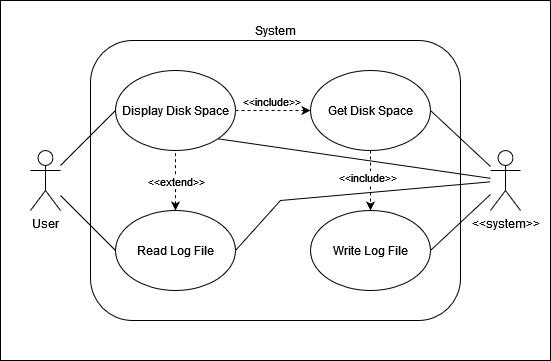
Above: images/use-case-v2.png in raphaeldenni/sysprog-cesi-2024 (draw.io), before the change. Source tidied: cells renumbered, new cells last; positions are measured from the earlier drawing's top-left corner, leaving out a move shared by most shapes. The source it was exported from:
```xml
<mxGraphModel>
  <root>
    <mxCell id="0" />
    <mxCell id="1" parent="0" />
    <mxCell id="2" style="rounded=0;whiteSpace=wrap;html=1;" parent="1" vertex="1">
      <mxGeometry width="550" height="360" as="geometry" />
    </mxCell>
    <mxCell id="3" value="System" style="rounded=1;whiteSpace=wrap;html=1;labelPosition=center;verticalLabelPosition=top;align=center;verticalAlign=bottom;" parent="1" vertex="1">
      <mxGeometry x="90" y="40" width="370" height="280" as="geometry" />
    </mxCell>
    <mxCell id="4" value="User" style="shape=umlActor;verticalLabelPosition=bottom;verticalAlign=top;html=1;outlineConnect=0;" parent="1" vertex="1">
      <mxGeometry x="30" y="150" width="30" height="60" as="geometry" />
    </mxCell>
    <mxCell id="5" value="Display Disk Space" style="ellipse;whiteSpace=wrap;html=1;" parent="1" vertex="1">
      <mxGeometry x="115" y="70" width="120" height="80" as="geometry" />
    </mxCell>
    <mxCell id="6" value="Get Disk Space" style="ellipse;whiteSpace=wrap;html=1;" parent="1" vertex="1">
      <mxGeometry x="310" y="70" width="120" height="80" as="geometry" />
    </mxCell>
    <mxCell id="7" value="Read Log File" style="ellipse;whiteSpace=wrap;html=1;" parent="1" vertex="1">
      <mxGeometry x="115" y="210" width="120" height="80" as="geometry" />
    </mxCell>
    <mxCell id="8" style="endArrow=none;html=1;rounded=0;entryX=0;entryY=0.5;entryDx=0;entryDy=0;endFill=0;" parent="1" edge="1" source="4" target="5">
      <mxGeometry relative="1" as="geometry" />
    </mxCell>
    <mxCell id="9" style="endArrow=none;html=1;rounded=0;entryX=0;entryY=0.5;entryDx=0;entryDy=0;endFill=0;" parent="1" edge="1" source="4" target="7">
      <mxGeometry relative="1" as="geometry" />
    </mxCell>
    <mxCell id="10" style="endArrow=classic;dashed=1;html=1;rounded=0;entryX=0;entryY=0.5;entryDx=0;entryDy=0;exitX=1;exitY=0.5;exitDx=0;exitDy=0;endFill=1;" parent="1" edge="1" target="6">
      <mxGeometry relative="1" as="geometry">
        <mxPoint x="235" y="110" as="sourcePoint" />
      </mxGeometry>
    </mxCell>
    <mxCell id="11" value="&amp;lt;&amp;lt;include&amp;gt;&amp;gt;" style="edgeLabel;html=1;align=center;verticalAlign=middle;" parent="10" vertex="1">
      <mxGeometry x="0.61" y="-2" relative="1" as="geometry">
        <mxPoint x="-25" y="-12" as="offset" />
      </mxGeometry>
    </mxCell>
    <mxCell id="12" style="endArrow=none;dashed=1;html=1;rounded=0;exitX=0.5;exitY=0;exitDx=0;exitDy=0;entryX=0.5;entryY=1;entryDx=0;entryDy=0;endFill=0;startArrow=classic;startFill=1;" parent="1" edge="1" source="7" target="5">
      <mxGeometry relative="1" as="geometry" />
    </mxCell>
    <mxCell id="13" value="&amp;lt;&amp;lt;extend&amp;gt;&amp;gt;" style="edgeLabel;html=1;align=center;verticalAlign=middle;" parent="12" vertex="1">
      <mxGeometry x="-0.3" y="2" relative="1" as="geometry">
        <mxPoint x="2" y="-9" as="offset" />
      </mxGeometry>
    </mxCell>
    <mxCell id="14" value="Write Log File" style="ellipse;whiteSpace=wrap;html=1;" parent="1" vertex="1">
      <mxGeometry x="310" y="210" width="120" height="80" as="geometry" />
    </mxCell>
    <mxCell id="15" style="endArrow=classic;dashed=1;html=1;rounded=0;entryX=0.5;entryY=0;entryDx=0;entryDy=0;endFill=1;exitX=0.5;exitY=1;exitDx=0;exitDy=0;" parent="1" edge="1" source="6" target="14">
      <mxGeometry relative="1" as="geometry" />
    </mxCell>
    <mxCell id="16" value="&amp;lt;&amp;lt;include&amp;gt;&amp;gt;" style="edgeLabel;html=1;align=center;verticalAlign=middle;" parent="15" vertex="1">
      <mxGeometry x="0.04" y="-4" relative="1" as="geometry">
        <mxPoint y="-5" as="offset" />
      </mxGeometry>
    </mxCell>
    <mxCell id="17" value="&amp;lt;&amp;lt;system&amp;gt;&amp;gt;" style="shape=umlActor;verticalLabelPosition=bottom;verticalAlign=top;html=1;outlineConnect=0;" parent="1" vertex="1">
      <mxGeometry x="490" y="150" width="30" height="60" as="geometry" />
    </mxCell>
    <mxCell id="18" style="endArrow=none;html=1;rounded=0;entryX=1;entryY=0.5;entryDx=0;entryDy=0;" parent="1" edge="1" source="17" target="6">
      <mxGeometry relative="1" as="geometry" />
    </mxCell>
    <mxCell id="19" style="endArrow=none;html=1;rounded=0;entryX=1;entryY=0.5;entryDx=0;entryDy=0;" parent="1" edge="1" source="17" target="14">
      <mxGeometry relative="1" as="geometry" />
    </mxCell>
    <mxCell id="20" style="endArrow=none;html=1;rounded=0;exitX=1;exitY=1;exitDx=0;exitDy=0;" parent="1" edge="1" source="5" target="17">
      <mxGeometry relative="1" as="geometry" />
    </mxCell>
    <mxCell id="21" style="endArrow=none;html=1;rounded=0;exitX=1;exitY=0.5;exitDx=0;exitDy=0;" parent="1" edge="1" source="7" target="17">
      <mxGeometry relative="1" as="geometry">
        <Array as="points">
          <mxPoint x="280" y="200" />
        </Array>
      </mxGeometry>
    </mxCell>
  </root>
</mxGraphModel>
```
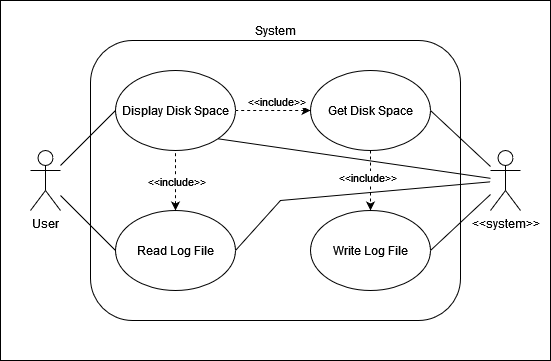
After the change.

Diff of the diagram source:
```diff
@@ -26,35 +26,25 @@
     <mxCell id="9" style="endArrow=none;html=1;rounded=0;entryX=0;entryY=0.5;entryDx=0;entryDy=0;endFill=0;" parent="1" edge="1" source="4" target="7">
       <mxGeometry relative="1" as="geometry" />
     </mxCell>
-    <mxCell id="10" style="endArrow=classic;dashed=1;html=1;rounded=0;entryX=0;entryY=0.5;entryDx=0;entryDy=0;exitX=1;exitY=0.5;exitDx=0;exitDy=0;endFill=1;" parent="1" edge="1" target="6">
-      <mxGeometry relative="1" as="geometry">
-        <mxPoint x="235" y="110" as="sourcePoint" />
-      </mxGeometry>
-    </mxCell>
-    <mxCell id="11" value="&amp;lt;&amp;lt;include&amp;gt;&amp;gt;" style="edgeLabel;html=1;align=center;verticalAlign=middle;" parent="10" vertex="1">
-      <mxGeometry x="0.61" y="-2" relative="1" as="geometry">
-        <mxPoint x="-25" y="-12" as="offset" />
-      </mxGeometry>
-    </mxCell>
     <mxCell id="12" style="endArrow=none;dashed=1;html=1;rounded=0;exitX=0.5;exitY=0;exitDx=0;exitDy=0;entryX=0.5;entryY=1;entryDx=0;entryDy=0;endFill=0;startArrow=classic;startFill=1;" parent="1" edge="1" source="7" target="5">
       <mxGeometry relative="1" as="geometry" />
     </mxCell>
-    <mxCell id="13" value="&amp;lt;&amp;lt;extend&amp;gt;&amp;gt;" style="edgeLabel;html=1;align=center;verticalAlign=middle;" parent="12" vertex="1">
-      <mxGeometry x="-0.3" y="2" relative="1" as="geometry">
-        <mxPoint x="2" y="-9" as="offset" />
-      </mxGeometry>
-    </mxCell>
+    <mxCell id="22" value="&amp;lt;&amp;lt;include&amp;gt;&amp;gt;" style="edgeLabel;html=1;align=center;verticalAlign=middle;" parent="12" vertex="1">
+      <mxGeometry x="-0.3" y="2" relative="1" as="geometry">
+        <mxPoint x="2" y="-9" as="offset" />
+      </mxGeometry>
+    </mxCell>
     <mxCell id="14" value="Write Log File" style="ellipse;whiteSpace=wrap;html=1;" parent="1" vertex="1">
       <mxGeometry x="310" y="210" width="120" height="80" as="geometry" />
     </mxCell>
     <mxCell id="15" style="endArrow=classic;dashed=1;html=1;rounded=0;entryX=0.5;entryY=0;entryDx=0;entryDy=0;endFill=1;exitX=0.5;exitY=1;exitDx=0;exitDy=0;" parent="1" edge="1" source="6" target="14">
       <mxGeometry relative="1" as="geometry" />
     </mxCell>
-    <mxCell id="16" value="&amp;lt;&amp;lt;include&amp;gt;&amp;gt;" style="edgeLabel;html=1;align=center;verticalAlign=middle;" parent="15" vertex="1">
-      <mxGeometry x="0.04" y="-4" relative="1" as="geometry">
-        <mxPoint y="-5" as="offset" />
-      </mxGeometry>
-    </mxCell>
+    <mxCell id="23" value="&amp;lt;&amp;lt;include&amp;gt;&amp;gt;" style="edgeLabel;html=1;align=center;verticalAlign=middle;" parent="15" vertex="1">
+      <mxGeometry x="0.04" y="-4" relative="1" as="geometry">
+        <mxPoint y="-5" as="offset" />
+      </mxGeometry>
+    </mxCell>
     <mxCell id="17" value="&amp;lt;&amp;lt;system&amp;gt;&amp;gt;" style="shape=umlActor;verticalLabelPosition=bottom;verticalAlign=top;html=1;outlineConnect=0;" parent="1" vertex="1">
       <mxGeometry x="490" y="150" width="30" height="60" as="geometry" />
     </mxCell>
@@ -74,5 +64,13 @@
         </Array>
       </mxGeometry>
     </mxCell>
+    <mxCell id="24" style="endArrow=none;dashed=1;html=1;rounded=0;exitX=0;exitY=0.5;exitDx=0;exitDy=0;entryX=1;entryY=0.5;entryDx=0;entryDy=0;endFill=0;startArrow=classic;startFill=1;" parent="1" edge="1" source="6" target="5">
+      <mxGeometry relative="1" as="geometry" />
+    </mxCell>
+    <mxCell id="25" value="&amp;lt;&amp;lt;include&amp;gt;&amp;gt;" style="edgeLabel;html=1;align=center;verticalAlign=middle;" parent="24" vertex="1">
+      <mxGeometry x="-0.3" y="2" relative="1" as="geometry">
+        <mxPoint x="-9" y="-12" as="offset" />
+      </mxGeometry>
+    </mxCell>
   </root>
 </mxGraphModel>
```
